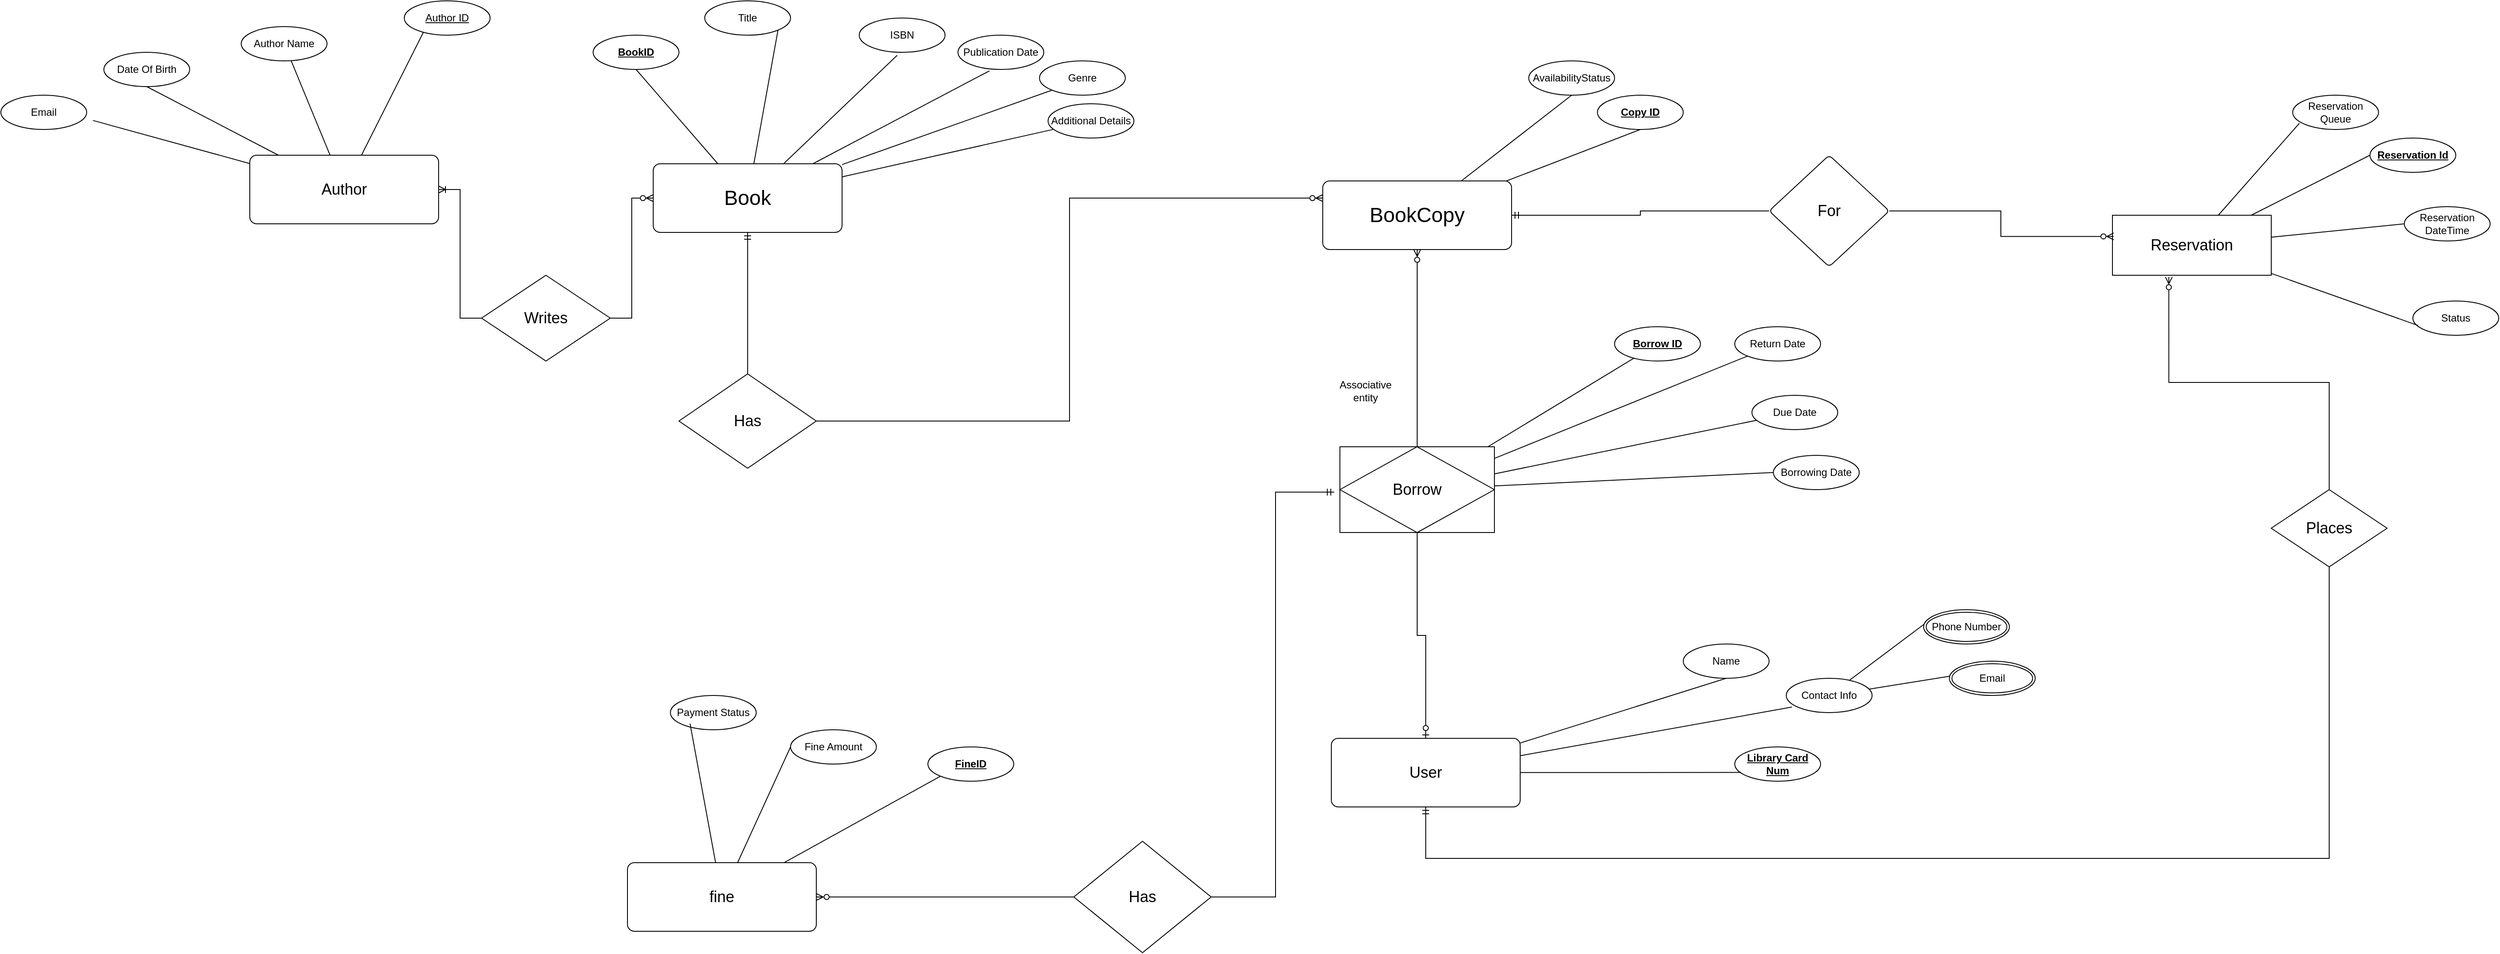
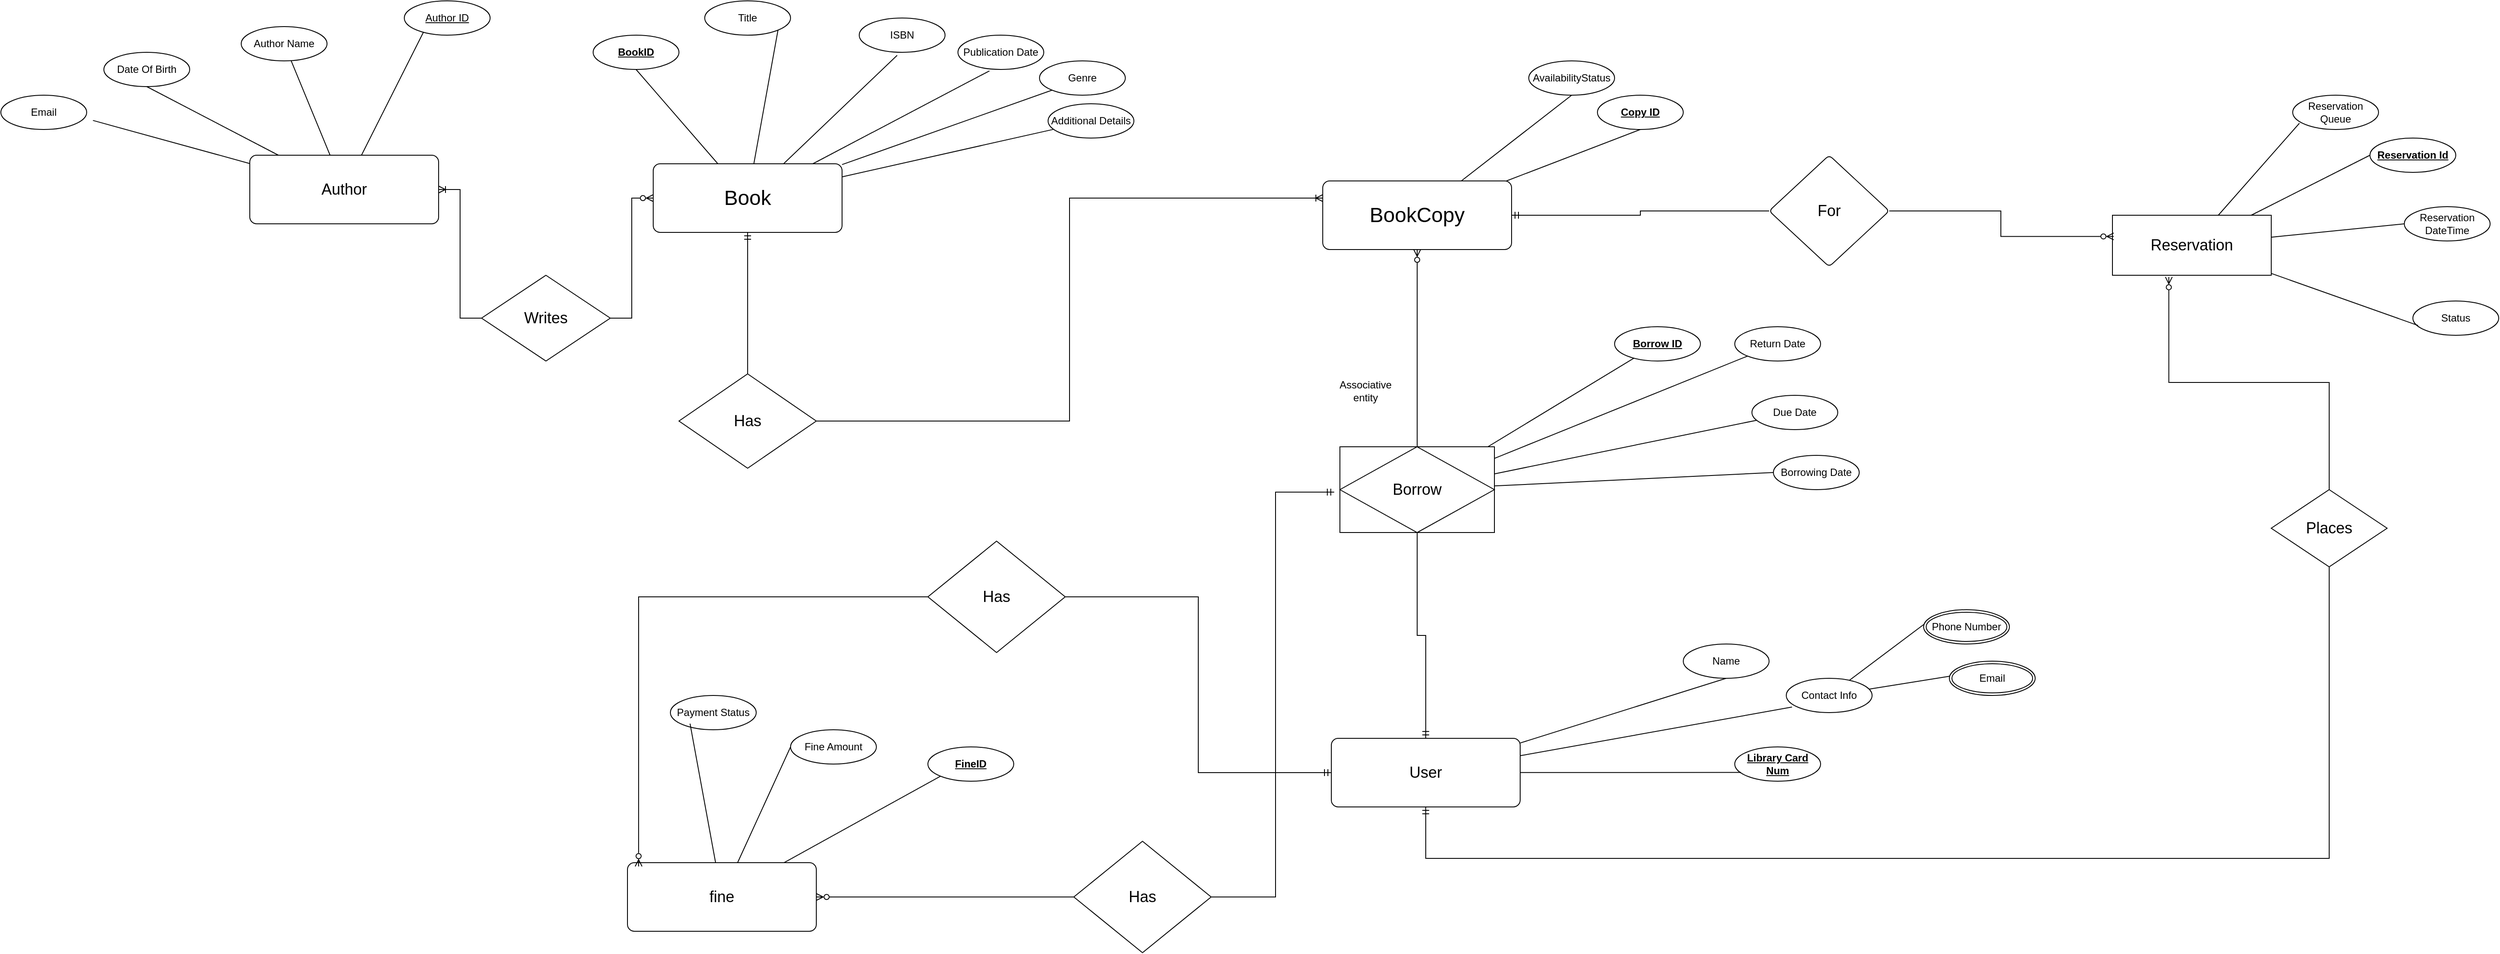
<mxfile host="app.diagrams.net">
  <diagram name="Page-1" id="B9Nwf9ZPLkXmfYra15Gt">
    <mxGraphModel dx="2284" dy="1848" grid="1" gridSize="10" guides="1" tooltips="1" connect="1" arrows="1" fold="1" page="1" pageScale="1" pageWidth="850" pageHeight="1100" math="0" shadow="0">
      <root>
        <mxCell id="0" />
        <mxCell id="1" parent="0" />
        <mxCell id="yqGJgnaFVJ7uCynHO3OM-8" edge="1" parent="1" source="yqGJgnaFVJ7uCynHO3OM-1" style="rounded=0;orthogonalLoop=1;jettySize=auto;html=1;entryX=0.5;entryY=1;entryDx=0;entryDy=0;endArrow=none;endFill=0;" target="yqGJgnaFVJ7uCynHO3OM-7">
          <mxGeometry relative="1" as="geometry" />
        </mxCell>
        <mxCell id="yqGJgnaFVJ7uCynHO3OM-9" edge="1" parent="1" source="yqGJgnaFVJ7uCynHO3OM-1" style="rounded=0;orthogonalLoop=1;jettySize=auto;html=1;entryX=1;entryY=1;entryDx=0;entryDy=0;endArrow=none;endFill=0;" target="yqGJgnaFVJ7uCynHO3OM-6">
          <mxGeometry relative="1" as="geometry" />
        </mxCell>
        <mxCell id="yqGJgnaFVJ7uCynHO3OM-14" edge="1" parent="1" source="yqGJgnaFVJ7uCynHO3OM-1" style="rounded=0;orthogonalLoop=1;jettySize=auto;html=1;entryX=0;entryY=1;entryDx=0;entryDy=0;endArrow=none;endFill=0;" target="yqGJgnaFVJ7uCynHO3OM-5">
          <mxGeometry relative="1" as="geometry" />
        </mxCell>
        <mxCell id="yqGJgnaFVJ7uCynHO3OM-16" edge="1" parent="1" source="yqGJgnaFVJ7uCynHO3OM-1" style="rounded=0;orthogonalLoop=1;jettySize=auto;html=1;endArrow=none;endFill=0;" target="yqGJgnaFVJ7uCynHO3OM-15">
          <mxGeometry relative="1" as="geometry" />
        </mxCell>
        <mxCell id="yqGJgnaFVJ7uCynHO3OM-65" edge="1" parent="1" source="yqGJgnaFVJ7uCynHO3OM-1" style="edgeStyle=orthogonalEdgeStyle;rounded=0;orthogonalLoop=1;jettySize=auto;html=1;startArrow=ERmandOne;startFill=0;endArrow=none;endFill=0;" target="yqGJgnaFVJ7uCynHO3OM-64">
          <mxGeometry relative="1" as="geometry" />
        </mxCell>
        <mxCell id="yqGJgnaFVJ7uCynHO3OM-1" parent="1" style="rounded=1;arcSize=10;whiteSpace=wrap;html=1;align=center;" value="&lt;font style=&quot;font-size: 24px;&quot;&gt;Book&lt;/font&gt;" vertex="1">
          <mxGeometry height="80" width="220" x="-30" y="110" as="geometry" />
        </mxCell>
        <mxCell id="yqGJgnaFVJ7uCynHO3OM-2" parent="1" style="ellipse;whiteSpace=wrap;html=1;align=center;" value="Author Name" vertex="1">
          <mxGeometry height="40" width="100" x="-510" y="-50" as="geometry" />
        </mxCell>
        <mxCell id="yqGJgnaFVJ7uCynHO3OM-3" parent="1" style="ellipse;whiteSpace=wrap;html=1;align=center;" value="ISBN" vertex="1">
          <mxGeometry height="40" width="100" x="210" y="-60" as="geometry" />
        </mxCell>
        <mxCell id="yqGJgnaFVJ7uCynHO3OM-4" parent="1" style="ellipse;whiteSpace=wrap;html=1;align=center;" value="Publication Date" vertex="1">
          <mxGeometry height="40" width="100" x="325" y="-40" as="geometry" />
        </mxCell>
        <mxCell id="yqGJgnaFVJ7uCynHO3OM-5" parent="1" style="ellipse;whiteSpace=wrap;html=1;align=center;" value="Genre" vertex="1">
          <mxGeometry height="40" width="100" x="420" y="-10" as="geometry" />
        </mxCell>
        <mxCell id="yqGJgnaFVJ7uCynHO3OM-6" parent="1" style="ellipse;whiteSpace=wrap;html=1;align=center;" value="Title" vertex="1">
          <mxGeometry height="40" width="100" x="30" y="-80" as="geometry" />
        </mxCell>
        <mxCell id="yqGJgnaFVJ7uCynHO3OM-7" parent="1" style="ellipse;whiteSpace=wrap;html=1;align=center;" value="&lt;b&gt;&lt;u&gt;BookID&lt;/u&gt;&lt;/b&gt;" vertex="1">
          <mxGeometry height="40" width="100" x="-100" y="-40" as="geometry" />
        </mxCell>
        <mxCell id="yqGJgnaFVJ7uCynHO3OM-12" edge="1" parent="1" source="yqGJgnaFVJ7uCynHO3OM-1" style="rounded=0;orthogonalLoop=1;jettySize=auto;html=1;entryX=0.442;entryY=1.088;entryDx=0;entryDy=0;entryPerimeter=0;endArrow=none;endFill=0;" target="yqGJgnaFVJ7uCynHO3OM-3">
          <mxGeometry relative="1" as="geometry" />
        </mxCell>
        <mxCell id="yqGJgnaFVJ7uCynHO3OM-13" edge="1" parent="1" source="yqGJgnaFVJ7uCynHO3OM-1" style="rounded=0;orthogonalLoop=1;jettySize=auto;html=1;entryX=0.367;entryY=1.041;entryDx=0;entryDy=0;entryPerimeter=0;endArrow=none;endFill=0;" target="yqGJgnaFVJ7uCynHO3OM-4">
          <mxGeometry relative="1" as="geometry" />
        </mxCell>
        <mxCell id="yqGJgnaFVJ7uCynHO3OM-15" parent="1" style="ellipse;whiteSpace=wrap;html=1;align=center;" value="&lt;div&gt;Additional Details&lt;/div&gt;" vertex="1">
          <mxGeometry height="40" width="100" x="430" y="40" as="geometry" />
        </mxCell>
        <mxCell id="yqGJgnaFVJ7uCynHO3OM-19" edge="1" parent="1" source="yqGJgnaFVJ7uCynHO3OM-17" style="rounded=0;orthogonalLoop=1;jettySize=auto;html=1;entryX=0.5;entryY=1;entryDx=0;entryDy=0;endArrow=none;endFill=0;" target="yqGJgnaFVJ7uCynHO3OM-18">
          <mxGeometry relative="1" as="geometry" />
        </mxCell>
        <mxCell id="yqGJgnaFVJ7uCynHO3OM-21" edge="1" parent="1" source="yqGJgnaFVJ7uCynHO3OM-17" style="rounded=0;orthogonalLoop=1;jettySize=auto;html=1;entryX=0.5;entryY=1;entryDx=0;entryDy=0;endArrow=none;endFill=0;" target="yqGJgnaFVJ7uCynHO3OM-20">
          <mxGeometry relative="1" as="geometry" />
        </mxCell>
        <mxCell id="yqGJgnaFVJ7uCynHO3OM-77" edge="1" parent="1" source="yqGJgnaFVJ7uCynHO3OM-17" style="edgeStyle=orthogonalEdgeStyle;rounded=0;orthogonalLoop=1;jettySize=auto;html=1;endArrow=none;endFill=0;startArrow=ERmandOne;startFill=0;" target="yqGJgnaFVJ7uCynHO3OM-76" value="">
          <mxGeometry relative="1" as="geometry" />
        </mxCell>
        <mxCell id="yqGJgnaFVJ7uCynHO3OM-17" parent="1" style="rounded=1;arcSize=10;whiteSpace=wrap;html=1;align=center;" value="&lt;font style=&quot;font-size: 24px;&quot;&gt;BookCopy&lt;/font&gt;" vertex="1">
          <mxGeometry height="80" width="220" x="750" y="130" as="geometry" />
        </mxCell>
        <mxCell id="yqGJgnaFVJ7uCynHO3OM-18" parent="1" style="ellipse;whiteSpace=wrap;html=1;align=center;" value="&lt;u&gt;&lt;b&gt;Copy ID&lt;/b&gt;&lt;/u&gt;" vertex="1">
          <mxGeometry height="40" width="100" x="1070" y="30" as="geometry" />
        </mxCell>
        <mxCell id="yqGJgnaFVJ7uCynHO3OM-20" parent="1" style="ellipse;whiteSpace=wrap;html=1;align=center;" value="&lt;div&gt;AvailabilityStatus &lt;/div&gt;" vertex="1">
          <mxGeometry height="40" width="100" x="990" y="-10" as="geometry" />
        </mxCell>
        <mxCell id="yqGJgnaFVJ7uCynHO3OM-24" edge="1" parent="1" source="yqGJgnaFVJ7uCynHO3OM-22" style="rounded=0;orthogonalLoop=1;jettySize=auto;html=1;entryX=0.5;entryY=1;entryDx=0;entryDy=0;endArrow=none;endFill=0;" target="yqGJgnaFVJ7uCynHO3OM-23">
          <mxGeometry relative="1" as="geometry" />
        </mxCell>
        <mxCell id="yqGJgnaFVJ7uCynHO3OM-62" edge="1" parent="1" source="yqGJgnaFVJ7uCynHO3OM-33" style="edgeStyle=orthogonalEdgeStyle;rounded=0;orthogonalLoop=1;jettySize=auto;html=1;entryX=1;entryY=0.5;entryDx=0;entryDy=0;endArrow=none;endFill=0;startArrow=ERmandOne;startFill=0;exitX=-0.037;exitY=0.529;exitDx=0;exitDy=0;exitPerimeter=0;" target="yqGJgnaFVJ7uCynHO3OM-61">
          <mxGeometry relative="1" as="geometry" />
        </mxCell>
        <mxCell id="yqGJgnaFVJ7uCynHO3OM-90" edge="1" parent="1" source="yqGJgnaFVJ7uCynHO3OM-22" style="edgeStyle=orthogonalEdgeStyle;rounded=0;orthogonalLoop=1;jettySize=auto;html=1;entryX=0.5;entryY=1;entryDx=0;entryDy=0;endArrow=none;endFill=0;startArrow=ERmandOne;startFill=0;" target="yqGJgnaFVJ7uCynHO3OM-89">
          <mxGeometry relative="1" as="geometry">
            <Array as="points">
              <mxPoint x="870" y="920" />
              <mxPoint x="1922.55" y="920" />
            </Array>
          </mxGeometry>
        </mxCell>
+         <mxCell id="uUi9bw1wtk8PfAUnjRbH-18" edge="1" parent="1" source="yqGJgnaFVJ7uCynHO3OM-22" style="edgeStyle=orthogonalEdgeStyle;rounded=0;orthogonalLoop=1;jettySize=auto;html=1;entryX=1;entryY=0.5;entryDx=0;entryDy=0;endArrow=none;endFill=0;startArrow=ERmandOne;startFill=0;" target="uUi9bw1wtk8PfAUnjRbH-17">
+           <mxGeometry relative="1" as="geometry" />
+         </mxCell>
        <mxCell id="yqGJgnaFVJ7uCynHO3OM-22" parent="1" style="rounded=1;arcSize=10;whiteSpace=wrap;html=1;align=center;" value="&lt;font style=&quot;font-size: 18px;&quot;&gt;User&lt;/font&gt;" vertex="1">
          <mxGeometry height="80" width="220" x="760" y="780" as="geometry" />
        </mxCell>
        <mxCell id="yqGJgnaFVJ7uCynHO3OM-23" parent="1" style="ellipse;whiteSpace=wrap;html=1;align=center;" value="Name" vertex="1">
          <mxGeometry height="40" width="100" x="1170" y="670" as="geometry" />
        </mxCell>
        <mxCell id="yqGJgnaFVJ7uCynHO3OM-44" edge="1" parent="1" source="yqGJgnaFVJ7uCynHO3OM-26" style="rounded=0;orthogonalLoop=1;jettySize=auto;html=1;endArrow=none;endFill=0;entryX=0.005;entryY=0.425;entryDx=0;entryDy=0;entryPerimeter=0;" target="uUi9bw1wtk8PfAUnjRbH-2" value="">
          <mxGeometry relative="1" as="geometry">
            <mxPoint x="1419.6446614452443" y="658.2676115234988" as="targetPoint" />
          </mxGeometry>
        </mxCell>
        <mxCell id="yqGJgnaFVJ7uCynHO3OM-26" parent="1" style="ellipse;whiteSpace=wrap;html=1;align=center;" value="Contact Info" vertex="1">
          <mxGeometry height="40" width="100" x="1290" y="710" as="geometry" />
        </mxCell>
        <mxCell id="yqGJgnaFVJ7uCynHO3OM-29" edge="1" parent="1" source="yqGJgnaFVJ7uCynHO3OM-22" style="rounded=0;orthogonalLoop=1;jettySize=auto;html=1;entryX=0.067;entryY=0.838;entryDx=0;entryDy=0;entryPerimeter=0;endArrow=none;endFill=0;" target="yqGJgnaFVJ7uCynHO3OM-26">
          <mxGeometry relative="1" as="geometry" />
        </mxCell>
        <mxCell id="yqGJgnaFVJ7uCynHO3OM-30" parent="1" style="ellipse;whiteSpace=wrap;html=1;align=center;" value="&lt;u&gt;&lt;b&gt;Library Card Num&lt;/b&gt;&lt;/u&gt;" vertex="1">
          <mxGeometry height="40" width="100" x="1230" y="790" as="geometry" />
        </mxCell>
        <mxCell id="yqGJgnaFVJ7uCynHO3OM-31" edge="1" parent="1" source="yqGJgnaFVJ7uCynHO3OM-22" style="rounded=0;orthogonalLoop=1;jettySize=auto;html=1;entryX=0.073;entryY=0.744;entryDx=0;entryDy=0;entryPerimeter=0;endArrow=none;endFill=0;" target="yqGJgnaFVJ7uCynHO3OM-30">
          <mxGeometry relative="1" as="geometry" />
        </mxCell>
        <mxCell id="yqGJgnaFVJ7uCynHO3OM-48" edge="1" parent="1" source="yqGJgnaFVJ7uCynHO3OM-33" style="rounded=0;orthogonalLoop=1;jettySize=auto;html=1;endArrow=none;endFill=0;" target="yqGJgnaFVJ7uCynHO3OM-40">
          <mxGeometry relative="1" as="geometry" />
        </mxCell>
        <mxCell id="yqGJgnaFVJ7uCynHO3OM-49" edge="1" parent="1" source="yqGJgnaFVJ7uCynHO3OM-33" style="rounded=0;orthogonalLoop=1;jettySize=auto;html=1;endArrow=none;endFill=0;" target="yqGJgnaFVJ7uCynHO3OM-36">
          <mxGeometry relative="1" as="geometry" />
        </mxCell>
        <mxCell id="uUi9bw1wtk8PfAUnjRbH-9" edge="1" parent="1" source="yqGJgnaFVJ7uCynHO3OM-33" style="rounded=0;orthogonalLoop=1;jettySize=auto;html=1;endArrow=none;endFill=0;" target="uUi9bw1wtk8PfAUnjRbH-8">
          <mxGeometry relative="1" as="geometry" />
        </mxCell>
        <mxCell id="yqGJgnaFVJ7uCynHO3OM-33" parent="1" style="shape=associativeEntity;whiteSpace=wrap;html=1;align=center;" value="&lt;font style=&quot;font-size: 18px;&quot;&gt;Borrow&lt;/font&gt;" vertex="1">
          <mxGeometry height="100" width="180" x="770" y="440" as="geometry" />
        </mxCell>
        <mxCell id="yqGJgnaFVJ7uCynHO3OM-36" parent="1" style="ellipse;whiteSpace=wrap;html=1;align=center;" value="Return Date" vertex="1">
          <mxGeometry height="40" width="100" x="1230" y="300" as="geometry" />
        </mxCell>
        <mxCell id="yqGJgnaFVJ7uCynHO3OM-39" parent="1" style="ellipse;whiteSpace=wrap;html=1;align=center;" value="Borrowing Date" vertex="1">
          <mxGeometry height="40" width="100" x="1275" y="450" as="geometry" />
        </mxCell>
        <mxCell id="yqGJgnaFVJ7uCynHO3OM-40" parent="1" style="ellipse;whiteSpace=wrap;html=1;align=center;" value="Due Date" vertex="1">
          <mxGeometry height="40" width="100" x="1250" y="380" as="geometry" />
        </mxCell>
        <mxCell id="yqGJgnaFVJ7uCynHO3OM-46" edge="1" parent="1" source="yqGJgnaFVJ7uCynHO3OM-26" style="rounded=0;orthogonalLoop=1;jettySize=auto;html=1;entryX=0.063;entryY=0.415;entryDx=0;entryDy=0;entryPerimeter=0;endArrow=none;endFill=0;" target="uUi9bw1wtk8PfAUnjRbH-1">
          <mxGeometry relative="1" as="geometry">
            <mxPoint x="1509.1999999999998" y="696.6399999999999" as="targetPoint" />
          </mxGeometry>
        </mxCell>
        <mxCell id="yqGJgnaFVJ7uCynHO3OM-47" edge="1" parent="1" source="yqGJgnaFVJ7uCynHO3OM-33" style="rounded=0;orthogonalLoop=1;jettySize=auto;html=1;entryX=0;entryY=0.5;entryDx=0;entryDy=0;endArrow=none;endFill=0;" target="yqGJgnaFVJ7uCynHO3OM-39">
          <mxGeometry relative="1" as="geometry" />
        </mxCell>
        <mxCell id="yqGJgnaFVJ7uCynHO3OM-54" edge="1" parent="1" source="yqGJgnaFVJ7uCynHO3OM-50" style="rounded=0;orthogonalLoop=1;jettySize=auto;html=1;entryX=0;entryY=0.5;entryDx=0;entryDy=0;endArrow=none;endFill=0;" target="yqGJgnaFVJ7uCynHO3OM-53">
          <mxGeometry relative="1" as="geometry" />
        </mxCell>
        <mxCell id="yqGJgnaFVJ7uCynHO3OM-87" edge="1" parent="1" source="yqGJgnaFVJ7uCynHO3OM-50" style="rounded=0;orthogonalLoop=1;jettySize=auto;html=1;entryX=0;entryY=1;entryDx=0;entryDy=0;endArrow=none;endFill=0;" target="yqGJgnaFVJ7uCynHO3OM-86">
          <mxGeometry relative="1" as="geometry" />
        </mxCell>
        <mxCell id="yqGJgnaFVJ7uCynHO3OM-50" parent="1" style="rounded=1;arcSize=10;whiteSpace=wrap;html=1;align=center;" value="&lt;font style=&quot;font-size: 18px;&quot;&gt;fine&lt;/font&gt;" vertex="1">
          <mxGeometry height="80" width="220" x="-60" y="925" as="geometry" />
        </mxCell>
        <mxCell id="yqGJgnaFVJ7uCynHO3OM-51" parent="1" style="ellipse;whiteSpace=wrap;html=1;align=center;" value="Payment Status" vertex="1">
          <mxGeometry height="40" width="100" x="-10" y="730" as="geometry" />
        </mxCell>
        <mxCell id="yqGJgnaFVJ7uCynHO3OM-52" edge="1" parent="1" source="yqGJgnaFVJ7uCynHO3OM-50" style="rounded=0;orthogonalLoop=1;jettySize=auto;html=1;entryX=0.229;entryY=0.822;entryDx=0;entryDy=0;entryPerimeter=0;endArrow=none;endFill=0;" target="yqGJgnaFVJ7uCynHO3OM-51">
          <mxGeometry relative="1" as="geometry" />
        </mxCell>
        <mxCell id="yqGJgnaFVJ7uCynHO3OM-53" parent="1" style="ellipse;whiteSpace=wrap;html=1;align=center;" value="Fine Amount" vertex="1">
          <mxGeometry height="40" width="100" x="130" y="770" as="geometry" />
        </mxCell>
-         <mxCell id="yqGJgnaFVJ7uCynHO3OM-57" edge="1" parent="1" source="yqGJgnaFVJ7uCynHO3OM-22" style="edgeStyle=orthogonalEdgeStyle;rounded=0;orthogonalLoop=1;jettySize=auto;html=1;entryX=0.5;entryY=1;entryDx=0;entryDy=0;endArrow=none;endFill=0;startArrow=ERzeroToOne;startFill=0;" target="yqGJgnaFVJ7uCynHO3OM-33">
+         <mxCell id="yqGJgnaFVJ7uCynHO3OM-57" edge="1" parent="1" source="yqGJgnaFVJ7uCynHO3OM-22" style="edgeStyle=orthogonalEdgeStyle;rounded=0;orthogonalLoop=1;jettySize=auto;html=1;entryX=0.5;entryY=1;entryDx=0;entryDy=0;endArrow=none;endFill=0;startArrow=ERmandOne;startFill=0;" target="yqGJgnaFVJ7uCynHO3OM-33">
          <mxGeometry relative="1" as="geometry" />
        </mxCell>
        <mxCell id="yqGJgnaFVJ7uCynHO3OM-59" edge="1" parent="1" source="yqGJgnaFVJ7uCynHO3OM-17" style="edgeStyle=orthogonalEdgeStyle;rounded=0;orthogonalLoop=1;jettySize=auto;html=1;entryX=0.5;entryY=0;entryDx=0;entryDy=0;endArrow=none;endFill=0;startArrow=ERzeroToMany;startFill=0;" target="yqGJgnaFVJ7uCynHO3OM-33">
          <mxGeometry relative="1" as="geometry" />
        </mxCell>
        <mxCell id="yqGJgnaFVJ7uCynHO3OM-63" edge="1" parent="1" source="yqGJgnaFVJ7uCynHO3OM-61" style="edgeStyle=orthogonalEdgeStyle;rounded=0;orthogonalLoop=1;jettySize=auto;html=1;entryX=1;entryY=0.5;entryDx=0;entryDy=0;endArrow=ERzeroToMany;endFill=0;startArrow=none;startFill=0;" target="yqGJgnaFVJ7uCynHO3OM-50">
          <mxGeometry relative="1" as="geometry" />
        </mxCell>
        <mxCell id="yqGJgnaFVJ7uCynHO3OM-61" parent="1" style="shape=rhombus;perimeter=rhombusPerimeter;whiteSpace=wrap;html=1;align=center;" value="&lt;font style=&quot;font-size: 18px;&quot;&gt;Has&lt;/font&gt;" vertex="1">
          <mxGeometry height="130" width="160" x="460" y="900" as="geometry" />
        </mxCell>
-         <mxCell id="yqGJgnaFVJ7uCynHO3OM-66" edge="1" parent="1" source="yqGJgnaFVJ7uCynHO3OM-64" style="edgeStyle=orthogonalEdgeStyle;rounded=0;orthogonalLoop=1;jettySize=auto;html=1;entryX=0;entryY=0.25;entryDx=0;entryDy=0;endArrow=ERzeroToMany;endFill=0;" target="yqGJgnaFVJ7uCynHO3OM-17">
+         <mxCell id="yqGJgnaFVJ7uCynHO3OM-66" edge="1" parent="1" source="yqGJgnaFVJ7uCynHO3OM-64" style="edgeStyle=orthogonalEdgeStyle;rounded=0;orthogonalLoop=1;jettySize=auto;html=1;entryX=0;entryY=0.25;entryDx=0;entryDy=0;endArrow=ERoneToMany;endFill=0;" target="yqGJgnaFVJ7uCynHO3OM-17">
          <mxGeometry relative="1" as="geometry" />
        </mxCell>
        <mxCell id="yqGJgnaFVJ7uCynHO3OM-64" parent="1" style="shape=rhombus;perimeter=rhombusPerimeter;whiteSpace=wrap;html=1;align=center;" value="&lt;font style=&quot;font-size: 18px;&quot;&gt;Has&lt;/font&gt;" vertex="1">
          <mxGeometry height="110" width="160" y="355" as="geometry" />
        </mxCell>
        <mxCell id="yqGJgnaFVJ7uCynHO3OM-70" edge="1" parent="1" source="yqGJgnaFVJ7uCynHO3OM-68" style="rounded=0;orthogonalLoop=1;jettySize=auto;html=1;entryX=0;entryY=0.5;entryDx=0;entryDy=0;endArrow=none;endFill=0;" target="yqGJgnaFVJ7uCynHO3OM-69">
          <mxGeometry relative="1" as="geometry" />
        </mxCell>
        <mxCell id="yqGJgnaFVJ7uCynHO3OM-68" parent="1" style="whiteSpace=wrap;html=1;" value="&lt;font style=&quot;font-size: 18px;&quot;&gt;Reservation&lt;/font&gt;" vertex="1">
          <mxGeometry height="70" width="185" x="1670" y="170" as="geometry" />
        </mxCell>
        <mxCell id="yqGJgnaFVJ7uCynHO3OM-69" parent="1" style="ellipse;whiteSpace=wrap;html=1;align=center;" value="&lt;b&gt;&lt;u&gt;Reservation Id&lt;/u&gt;&lt;/b&gt;" vertex="1">
          <mxGeometry height="40" width="100" x="1970" y="80" as="geometry" />
        </mxCell>
        <mxCell id="yqGJgnaFVJ7uCynHO3OM-71" parent="1" style="ellipse;whiteSpace=wrap;html=1;align=center;" value="Reservation DateTime" vertex="1">
          <mxGeometry height="40" width="100" x="2010" y="160" as="geometry" />
        </mxCell>
        <mxCell id="yqGJgnaFVJ7uCynHO3OM-72" edge="1" parent="1" source="yqGJgnaFVJ7uCynHO3OM-68" style="rounded=0;orthogonalLoop=1;jettySize=auto;html=1;entryX=0;entryY=0.5;entryDx=0;entryDy=0;endArrow=none;endFill=0;" target="yqGJgnaFVJ7uCynHO3OM-71">
          <mxGeometry relative="1" as="geometry" />
        </mxCell>
        <mxCell id="yqGJgnaFVJ7uCynHO3OM-74" parent="1" style="ellipse;whiteSpace=wrap;html=1;align=center;" value="Status" vertex="1">
          <mxGeometry height="40" width="100" x="2020" y="270" as="geometry" />
        </mxCell>
        <mxCell id="yqGJgnaFVJ7uCynHO3OM-75" edge="1" parent="1" source="yqGJgnaFVJ7uCynHO3OM-68" style="rounded=0;orthogonalLoop=1;jettySize=auto;html=1;entryX=0.061;entryY=0.714;entryDx=0;entryDy=0;entryPerimeter=0;endArrow=none;endFill=0;" target="yqGJgnaFVJ7uCynHO3OM-74">
          <mxGeometry relative="1" as="geometry" />
        </mxCell>
        <mxCell id="yqGJgnaFVJ7uCynHO3OM-76" parent="1" style="rhombus;whiteSpace=wrap;html=1;rounded=1;arcSize=10;" value="&lt;font style=&quot;font-size: 18px;&quot;&gt;For&lt;/font&gt;" vertex="1">
          <mxGeometry height="130" width="140" x="1270" y="100" as="geometry" />
        </mxCell>
        <mxCell id="yqGJgnaFVJ7uCynHO3OM-78" edge="1" parent="1" source="yqGJgnaFVJ7uCynHO3OM-76" style="edgeStyle=orthogonalEdgeStyle;rounded=0;orthogonalLoop=1;jettySize=auto;html=1;entryX=0.008;entryY=0.353;entryDx=0;entryDy=0;entryPerimeter=0;endArrow=ERzeroToMany;endFill=0;" target="yqGJgnaFVJ7uCynHO3OM-68">
          <mxGeometry relative="1" as="geometry" />
        </mxCell>
        <mxCell id="yqGJgnaFVJ7uCynHO3OM-80" edge="1" parent="1" source="yqGJgnaFVJ7uCynHO3OM-79" style="rounded=0;orthogonalLoop=1;jettySize=auto;html=1;endArrow=none;endFill=0;" target="yqGJgnaFVJ7uCynHO3OM-2">
          <mxGeometry relative="1" as="geometry" />
        </mxCell>
        <mxCell id="yqGJgnaFVJ7uCynHO3OM-84" edge="1" parent="1" source="yqGJgnaFVJ7uCynHO3OM-79" style="edgeStyle=orthogonalEdgeStyle;rounded=0;orthogonalLoop=1;jettySize=auto;html=1;entryX=0;entryY=0.5;entryDx=0;entryDy=0;endArrow=none;endFill=0;startArrow=ERoneToMany;startFill=0;" target="yqGJgnaFVJ7uCynHO3OM-83">
          <mxGeometry relative="1" as="geometry" />
        </mxCell>
        <mxCell id="uUi9bw1wtk8PfAUnjRbH-12" edge="1" parent="1" source="yqGJgnaFVJ7uCynHO3OM-79" style="rounded=0;orthogonalLoop=1;jettySize=auto;html=1;entryX=0.5;entryY=1;entryDx=0;entryDy=0;endArrow=none;endFill=0;" target="uUi9bw1wtk8PfAUnjRbH-11">
          <mxGeometry relative="1" as="geometry" />
        </mxCell>
        <mxCell id="yqGJgnaFVJ7uCynHO3OM-79" parent="1" style="rounded=1;arcSize=10;whiteSpace=wrap;html=1;align=center;" value="&lt;font style=&quot;font-size: 18px;&quot;&gt;Author&lt;/font&gt;" vertex="1">
          <mxGeometry height="80" width="220" x="-500" y="100" as="geometry" />
        </mxCell>
        <mxCell id="yqGJgnaFVJ7uCynHO3OM-81" parent="1" style="ellipse;whiteSpace=wrap;html=1;align=center;" value="&lt;u&gt;Author ID&lt;/u&gt;" vertex="1">
          <mxGeometry height="40" width="100" x="-320" y="-80" as="geometry" />
        </mxCell>
        <mxCell id="yqGJgnaFVJ7uCynHO3OM-82" edge="1" parent="1" source="yqGJgnaFVJ7uCynHO3OM-79" style="rounded=0;orthogonalLoop=1;jettySize=auto;html=1;entryX=0.222;entryY=0.918;entryDx=0;entryDy=0;entryPerimeter=0;endArrow=none;endFill=0;" target="yqGJgnaFVJ7uCynHO3OM-81">
          <mxGeometry relative="1" as="geometry" />
        </mxCell>
        <mxCell id="yqGJgnaFVJ7uCynHO3OM-85" edge="1" parent="1" source="yqGJgnaFVJ7uCynHO3OM-83" style="edgeStyle=orthogonalEdgeStyle;rounded=0;orthogonalLoop=1;jettySize=auto;html=1;entryX=0;entryY=0.5;entryDx=0;entryDy=0;endArrow=ERzeroToMany;endFill=0;" target="yqGJgnaFVJ7uCynHO3OM-1">
          <mxGeometry relative="1" as="geometry" />
        </mxCell>
        <mxCell id="yqGJgnaFVJ7uCynHO3OM-83" parent="1" style="shape=rhombus;perimeter=rhombusPerimeter;whiteSpace=wrap;html=1;align=center;" value="&lt;font style=&quot;font-size: 18px;&quot;&gt;Writes&lt;/font&gt;" vertex="1">
          <mxGeometry height="100" width="150" x="-230" y="240" as="geometry" />
        </mxCell>
        <mxCell id="yqGJgnaFVJ7uCynHO3OM-86" parent="1" style="ellipse;whiteSpace=wrap;html=1;align=center;" value="&lt;b&gt;&lt;u&gt;FineID&lt;/u&gt;&lt;/b&gt;" vertex="1">
          <mxGeometry height="40" width="100" x="290" y="790" as="geometry" />
        </mxCell>
        <mxCell id="yqGJgnaFVJ7uCynHO3OM-89" parent="1" style="shape=rhombus;perimeter=rhombusPerimeter;whiteSpace=wrap;html=1;align=center;" value="&lt;font style=&quot;font-size: 18px;&quot;&gt;Places&lt;/font&gt;" vertex="1">
          <mxGeometry height="90" width="135" x="1855" y="490" as="geometry" />
        </mxCell>
        <mxCell id="yqGJgnaFVJ7uCynHO3OM-91" edge="1" parent="1" source="yqGJgnaFVJ7uCynHO3OM-89" style="edgeStyle=orthogonalEdgeStyle;rounded=0;orthogonalLoop=1;jettySize=auto;html=1;entryX=0.355;entryY=1.028;entryDx=0;entryDy=0;entryPerimeter=0;endArrow=ERzeroToMany;endFill=0;startArrow=none;startFill=0;" target="yqGJgnaFVJ7uCynHO3OM-68">
          <mxGeometry relative="1" as="geometry" />
        </mxCell>
        <mxCell id="uUi9bw1wtk8PfAUnjRbH-1" parent="1" style="ellipse;shape=doubleEllipse;margin=3;whiteSpace=wrap;html=1;align=center;" value="Email" vertex="1">
          <mxGeometry height="40" width="100" x="1480" y="690" as="geometry" />
        </mxCell>
        <mxCell id="uUi9bw1wtk8PfAUnjRbH-2" parent="1" style="ellipse;shape=doubleEllipse;margin=3;whiteSpace=wrap;html=1;align=center;" value="Phone Number" vertex="1">
          <mxGeometry height="40" width="100" x="1450" y="630" as="geometry" />
        </mxCell>
        <mxCell id="uUi9bw1wtk8PfAUnjRbH-3" parent="1" style="ellipse;whiteSpace=wrap;html=1;align=center;" value="Reservation Queue" vertex="1">
          <mxGeometry height="40" width="100" x="1880" y="30" as="geometry" />
        </mxCell>
        <mxCell id="uUi9bw1wtk8PfAUnjRbH-4" edge="1" parent="1" source="yqGJgnaFVJ7uCynHO3OM-68" style="rounded=0;orthogonalLoop=1;jettySize=auto;html=1;entryX=0.078;entryY=0.819;entryDx=0;entryDy=0;entryPerimeter=0;endArrow=none;endFill=0;" target="uUi9bw1wtk8PfAUnjRbH-3">
          <mxGeometry relative="1" as="geometry" />
        </mxCell>
        <mxCell id="uUi9bw1wtk8PfAUnjRbH-8" parent="1" style="ellipse;whiteSpace=wrap;html=1;align=center;" value="&lt;b&gt;&lt;u&gt;Borrow ID&lt;/u&gt;&lt;/b&gt;" vertex="1">
          <mxGeometry height="40" width="100" x="1090" y="300" as="geometry" />
        </mxCell>
        <mxCell id="uUi9bw1wtk8PfAUnjRbH-10" parent="1" style="text;html=1;whiteSpace=wrap;strokeColor=none;fillColor=none;align=center;verticalAlign=middle;rounded=0;" value="Associative entity" vertex="1">
          <mxGeometry height="30" width="60" x="770" y="360" as="geometry" />
        </mxCell>
        <mxCell id="uUi9bw1wtk8PfAUnjRbH-11" parent="1" style="ellipse;whiteSpace=wrap;html=1;align=center;" value="Date Of Birth" vertex="1">
          <mxGeometry height="40" width="100" x="-670" y="-20" as="geometry" />
        </mxCell>
        <mxCell id="uUi9bw1wtk8PfAUnjRbH-13" parent="1" style="ellipse;whiteSpace=wrap;html=1;align=center;" value="Email" vertex="1">
          <mxGeometry height="40" width="100" x="-790" y="30" as="geometry" />
        </mxCell>
        <mxCell id="uUi9bw1wtk8PfAUnjRbH-14" edge="1" parent="1" source="yqGJgnaFVJ7uCynHO3OM-79" style="rounded=0;orthogonalLoop=1;jettySize=auto;html=1;entryX=1.073;entryY=0.736;entryDx=0;entryDy=0;entryPerimeter=0;endArrow=none;endFill=0;" target="uUi9bw1wtk8PfAUnjRbH-13">
+           <mxGeometry relative="1" as="geometry" />
+         </mxCell>
+         <mxCell id="uUi9bw1wtk8PfAUnjRbH-17" parent="1" style="shape=rhombus;perimeter=rhombusPerimeter;whiteSpace=wrap;html=1;align=center;" value="&lt;font style=&quot;font-size: 18px;&quot;&gt;Has&lt;/font&gt;" vertex="1">
+           <mxGeometry height="130" width="160" x="290" y="550" as="geometry" />
+         </mxCell>
+         <mxCell id="uUi9bw1wtk8PfAUnjRbH-19" edge="1" parent="1" source="uUi9bw1wtk8PfAUnjRbH-17" style="edgeStyle=orthogonalEdgeStyle;rounded=0;orthogonalLoop=1;jettySize=auto;html=1;entryX=0.059;entryY=0.055;entryDx=0;entryDy=0;entryPerimeter=0;endArrow=ERzeroToMany;endFill=0;" target="yqGJgnaFVJ7uCynHO3OM-50">
          <mxGeometry relative="1" as="geometry" />
        </mxCell>
      </root>
    </mxGraphModel>
  </diagram>
</mxfile>
